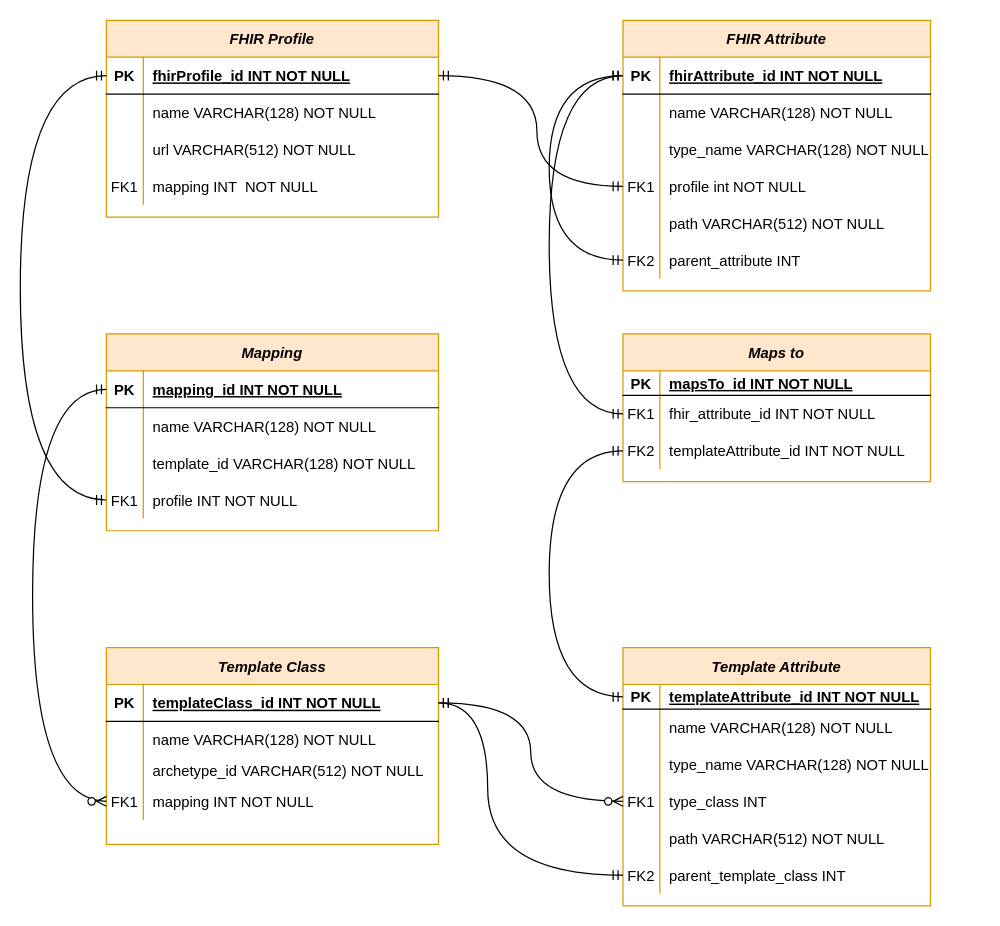
This is ERMasterarbeit.drawio from jsachau/drawio, a draw.io file, before an edit. Source tidied: cells renumbered, new cells numbered last; positions are measured from the earlier drawing's top-left corner, leaving out a move shared by most shapes. Both pictures are drawn from the tidied source at 123%, with x=0, y=0 at pixel (20, 20).
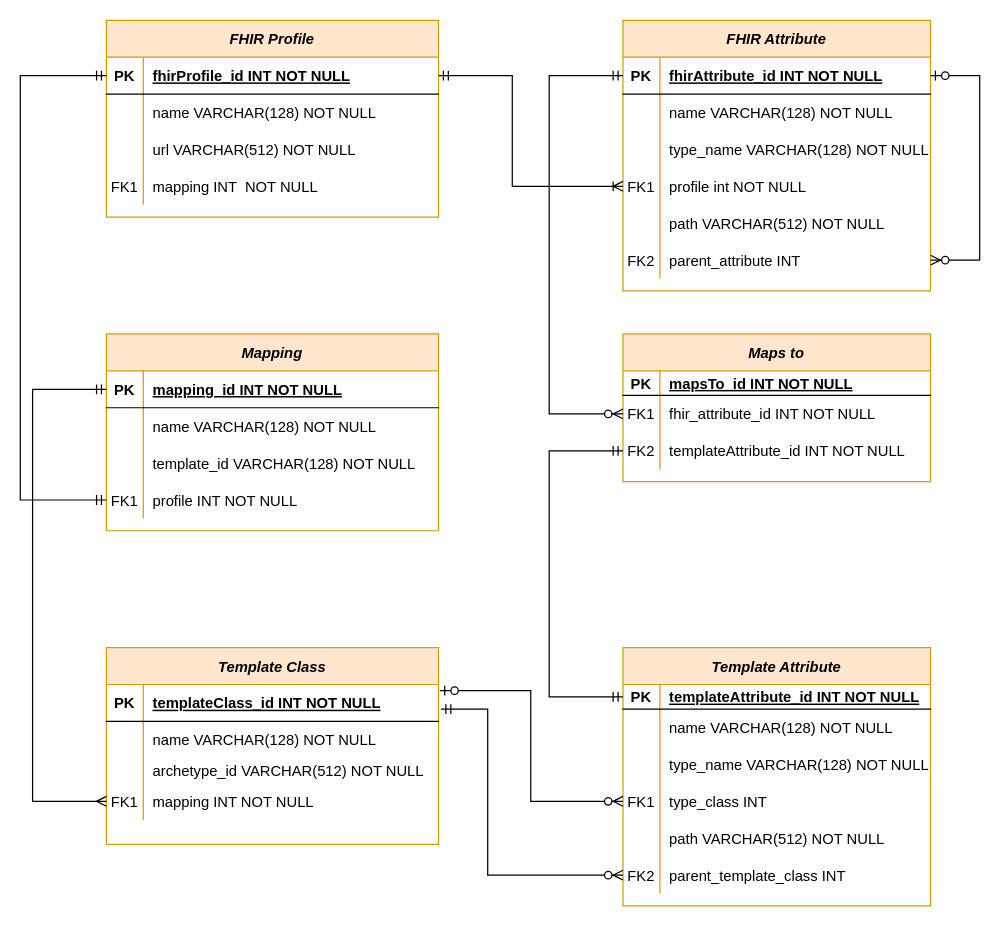
After the change.

The change refers to these unchanged cells:
```xml
<mxCell id="3" style="shape=partialRectangle;fillColor=none;points=[[0,0.5],[1,0.5]];portConstraint=eastwest;top=0;left=0;right=0;bottom=1;" parent="2" vertex="1">
  <mxGeometry y="30" width="270" height="30" as="geometry" />
</mxCell>
<mxCell id="12" style="shape=partialRectangle;fillColor=none;points=[[0,0.5],[1,0.5]];portConstraint=eastwest;top=0;left=0;right=0;bottom=0;" parent="2" vertex="1">
  <mxGeometry y="110" width="270" height="30" as="geometry" />
</mxCell>
<mxCell id="16" style="shape=partialRectangle;fillColor=none;points=[[0,0.5],[1,0.5]];portConstraint=eastwest;top=0;left=0;right=0;bottom=1;" parent="15" vertex="1">
  <mxGeometry y="30" width="250" height="20" as="geometry" />
</mxCell>
<mxCell id="25" style="shape=partialRectangle;fillColor=none;points=[[0,0.5],[1,0.5]];portConstraint=eastwest;top=0;left=0;right=0;bottom=0;" parent="15" vertex="1">
  <mxGeometry y="110" width="250" height="30" as="geometry" />
</mxCell>
<mxCell id="31" style="shape=partialRectangle;fillColor=none;points=[[0,0.5],[1,0.5]];portConstraint=eastwest;top=0;left=0;right=0;bottom=0;" parent="15" vertex="1">
  <mxGeometry y="170" width="250" height="30" as="geometry" />
</mxCell>
<mxCell id="35" style="shape=partialRectangle;fillColor=none;points=[[0,0.5],[1,0.5]];portConstraint=eastwest;top=0;left=0;right=0;bottom=1;" parent="34" vertex="1">
  <mxGeometry y="30" width="270" height="30" as="geometry" />
</mxCell>
<mxCell id="44" style="shape=partialRectangle;fillColor=none;points=[[0,0.5],[1,0.5]];portConstraint=eastwest;top=0;left=0;right=0;bottom=0;" parent="34" vertex="1">
  <mxGeometry y="120" width="270" height="30" as="geometry" />
</mxCell>
<mxCell id="48" style="shape=partialRectangle;fillColor=none;points=[[0,0.5],[1,0.5]];portConstraint=eastwest;top=0;left=0;right=0;bottom=1;" parent="47" vertex="1">
  <mxGeometry y="30" width="270" height="30" as="geometry" />
</mxCell>
<mxCell id="60" value="FHIR Attribute" style="shape=table;startSize=30;childLayout=tableLayout;rowLines=0;fontStyle=3;align=center;fillColor=#ffe6cc;strokeColor=#d79b00;" parent="1" vertex="1">
  <mxGeometry x="490" width="250" height="220" as="geometry" />
</mxCell>
<mxCell id="61" style="shape=partialRectangle;fillColor=none;points=[[0,0.5],[1,0.5]];portConstraint=eastwest;top=0;left=0;right=0;bottom=1;" parent="60" vertex="1">
  <mxGeometry y="30" width="250" height="30" as="geometry" />
</mxCell>
<mxCell id="70" style="shape=partialRectangle;fillColor=none;points=[[0,0.5],[1,0.5]];portConstraint=eastwest;top=0;left=0;right=0;bottom=0;" parent="60" vertex="1">
  <mxGeometry y="120" width="250" height="30" as="geometry" />
</mxCell>
<mxCell id="77" style="shape=partialRectangle;fillColor=none;points=[[0,0.5],[1,0.5]];portConstraint=eastwest;top=0;left=0;right=0;bottom=0;" parent="60" vertex="1">
  <mxGeometry y="180" width="250" height="30" as="geometry" />
</mxCell>
<mxCell id="84" style="shape=partialRectangle;fillColor=none;points=[[0,0.5],[1,0.5]];portConstraint=eastwest;top=0;left=0;right=0;bottom=0;" parent="80" vertex="1">
  <mxGeometry y="50" width="250" height="30" as="geometry" />
</mxCell>
<mxCell id="87" style="shape=partialRectangle;fillColor=none;points=[[0,0.5],[1,0.5]];portConstraint=eastwest;top=0;left=0;right=0;bottom=0;" parent="80" vertex="1">
  <mxGeometry y="80" width="250" height="30" as="geometry" />
</mxCell>
```

Diff of the diagram source:
```diff
@@
-    <mxCell id="76" style="edgeStyle=orthogonalEdgeStyle;curved=1;rounded=0;jumpStyle=none;jettySize=auto;html=1;exitX=0;exitY=0.5;exitDx=0;exitDy=0;entryX=0;entryY=0.5;entryDx=0;entryDy=0;startArrow=ERmandOne;startFill=0;endArrow=ERmandOne;endFill=0;strokeColor=#000000;" parent="60" edge="1" source="77" target="61">
+    <mxCell id="76" style="edgeStyle=orthogonalEdgeStyle;rounded=0;jumpStyle=none;jettySize=auto;html=1;exitX=1;exitY=0.5;exitDx=0;exitDy=0;entryX=1;entryY=0.5;entryDx=0;entryDy=0;startArrow=ERzeroToMany;startFill=1;endArrow=ERzeroToOne;endFill=1;strokeColor=#000000;" parent="60" edge="1" source="77" target="61">
       <mxGeometry relative="1" as="geometry">
         <Array as="points">
-          <mxPoint x="-60" y="195" />
-          <mxPoint x="-60" y="45" />
+          <mxPoint x="290" y="195" />
+          <mxPoint x="290" y="45" />
         </Array>
       </mxGeometry>
     </mxCell>
@@
-    <mxCell id="90" style="edgeStyle=orthogonalEdgeStyle;curved=1;rounded=0;jumpStyle=none;jettySize=auto;html=1;exitX=0;exitY=0.5;exitDx=0;exitDy=0;entryX=1;entryY=0.5;entryDx=0;entryDy=0;startArrow=ERmandOne;startFill=0;endArrow=ERmandOne;endFill=0;strokeColor=#000000;" parent="1" edge="1" source="70" target="48">
+    <mxCell id="90" style="edgeStyle=orthogonalEdgeStyle;rounded=0;jumpStyle=none;jettySize=auto;html=1;exitX=0;exitY=0.5;exitDx=0;exitDy=0;entryX=1;entryY=0.5;entryDx=0;entryDy=0;startArrow=ERoneToMany;startFill=0;endArrow=ERmandOne;endFill=0;strokeColor=#000000;" parent="1" edge="1" source="70" target="48">
       <mxGeometry relative="1" as="geometry">
         <Array as="points">
-          <mxPoint x="420" y="135" />
-          <mxPoint x="420" y="45" />
+          <mxPoint x="400" y="135" />
+          <mxPoint x="400" y="45" />
         </Array>
       </mxGeometry>
     </mxCell>
-    <mxCell id="91" style="edgeStyle=orthogonalEdgeStyle;curved=1;rounded=0;jumpStyle=none;jettySize=auto;html=1;exitX=0;exitY=0.5;exitDx=0;exitDy=0;entryX=0;entryY=0.5;entryDx=0;entryDy=0;startArrow=ERmandOne;startFill=0;endArrow=ERmandOne;endFill=0;strokeColor=#000000;" parent="1" edge="1" source="84" target="61">
+    <mxCell id="91" style="edgeStyle=orthogonalEdgeStyle;rounded=0;jumpStyle=none;jettySize=auto;html=1;exitX=0;exitY=0.5;exitDx=0;exitDy=0;entryX=0;entryY=0.5;entryDx=0;entryDy=0;startArrow=ERzeroToMany;startFill=1;endArrow=ERmandOne;endFill=0;strokeColor=#000000;" parent="1" edge="1" source="84" target="61">
       <mxGeometry relative="1" as="geometry">
         <Array as="points">
           <mxPoint x="430" y="320" />
           <mxPoint x="430" y="45" />
         </Array>
       </mxGeometry>
     </mxCell>
-    <mxCell id="92" style="edgeStyle=orthogonalEdgeStyle;curved=1;rounded=0;jumpStyle=none;jettySize=auto;html=1;exitX=0;exitY=0.5;exitDx=0;exitDy=0;entryX=0;entryY=0.5;entryDx=0;entryDy=0;startArrow=ERmandOne;startFill=0;endArrow=ERmandOne;endFill=0;strokeColor=#000000;" parent="1" edge="1" source="44" target="48">
+    <mxCell id="92" style="edgeStyle=orthogonalEdgeStyle;rounded=0;jumpStyle=none;jettySize=auto;html=1;exitX=0;exitY=0.5;exitDx=0;exitDy=0;entryX=0;entryY=0.5;entryDx=0;entryDy=0;startArrow=ERmandOne;startFill=0;endArrow=ERmandOne;endFill=0;strokeColor=#000000;" parent="1" edge="1" source="44" target="48">
       <mxGeometry relative="1" as="geometry">
         <Array as="points">
           <mxPoint y="390" />
           <mxPoint y="45" />
         </Array>
       </mxGeometry>
     </mxCell>
-    <mxCell id="93" style="edgeStyle=orthogonalEdgeStyle;curved=1;rounded=0;jumpStyle=none;jettySize=auto;html=1;exitX=0;exitY=0.5;exitDx=0;exitDy=0;entryX=0;entryY=0.5;entryDx=0;entryDy=0;startArrow=ERmandOne;startFill=0;endArrow=ERmandOne;endFill=0;strokeColor=#000000;" parent="1" edge="1" source="16" target="87">
+    <mxCell id="93" style="edgeStyle=orthogonalEdgeStyle;rounded=0;jumpStyle=none;jettySize=auto;html=1;exitX=0;exitY=0.5;exitDx=0;exitDy=0;entryX=0;entryY=0.5;entryDx=0;entryDy=0;startArrow=ERmandOne;startFill=0;endArrow=ERmandOne;endFill=0;strokeColor=#000000;" parent="1" edge="1" source="16" target="87">
       <mxGeometry relative="1" as="geometry">
         <Array as="points">
           <mxPoint x="430" y="550" />
           <mxPoint x="430" y="350" />
         </Array>
       </mxGeometry>
     </mxCell>
-    <mxCell id="94" style="edgeStyle=orthogonalEdgeStyle;curved=1;rounded=0;jumpStyle=none;jettySize=auto;html=1;exitX=0;exitY=0.5;exitDx=0;exitDy=0;entryX=1;entryY=0.5;entryDx=0;entryDy=0;startArrow=ERzeroToMany;startFill=1;endArrow=ERmandOne;endFill=0;strokeColor=#000000;" parent="1" edge="1" source="25" target="3">
-      <mxGeometry relative="1" as="geometry" />
+    <mxCell id="94" style="edgeStyle=orthogonalEdgeStyle;rounded=0;jumpStyle=none;jettySize=auto;html=1;exitX=0;exitY=0.5;exitDx=0;exitDy=0;entryX=1.004;entryY=0.167;entryDx=0;entryDy=0;startArrow=ERzeroToMany;startFill=1;endArrow=ERzeroToOne;endFill=1;strokeColor=#000000;entryPerimeter=0;" parent="1" edge="1" source="25" target="3">
+      <mxGeometry relative="1" as="geometry">
+        <Array as="points">
+          <mxPoint x="415" y="635" />
+          <mxPoint x="415" y="545" />
+        </Array>
+      </mxGeometry>
     </mxCell>
-    <mxCell id="95" style="edgeStyle=orthogonalEdgeStyle;curved=1;rounded=0;jumpStyle=none;jettySize=auto;html=1;exitX=0;exitY=0.5;exitDx=0;exitDy=0;entryX=0;entryY=0.5;entryDx=0;entryDy=0;startArrow=ERzeroToMany;startFill=1;endArrow=ERmandOne;endFill=0;strokeColor=#000000;" parent="1" edge="1" source="12" target="35">
+    <mxCell id="95" style="edgeStyle=orthogonalEdgeStyle;rounded=0;jumpStyle=none;jettySize=auto;html=1;exitX=0;exitY=0.5;exitDx=0;exitDy=0;entryX=0;entryY=0.5;entryDx=0;entryDy=0;startArrow=ERmany;startFill=0;endArrow=ERmandOne;endFill=0;strokeColor=#000000;" parent="1" edge="1" source="12" target="35">
       <mxGeometry relative="1" as="geometry">
         <Array as="points">
           <mxPoint x="10" y="635" />
           <mxPoint x="10" y="300" />
         </Array>
       </mxGeometry>
     </mxCell>
-    <mxCell id="96" style="edgeStyle=orthogonalEdgeStyle;curved=1;rounded=0;jumpStyle=none;jettySize=auto;html=1;exitX=0;exitY=0.5;exitDx=0;exitDy=0;entryX=1;entryY=0.5;entryDx=0;entryDy=0;startArrow=ERmandOne;startFill=0;endArrow=ERmandOne;endFill=0;strokeColor=#000000;" parent="1" edge="1" source="31" target="3">
+    <mxCell id="96" style="edgeStyle=orthogonalEdgeStyle;rounded=0;jumpStyle=none;jettySize=auto;html=1;exitX=0;exitY=0.5;exitDx=0;exitDy=0;startArrow=ERzeroToMany;startFill=1;endArrow=ERmandOne;endFill=0;strokeColor=#000000;" parent="1" edge="1" source="31">
       <mxGeometry relative="1" as="geometry">
+        <mxPoint x="342" y="560" as="targetPoint" />
         <Array as="points">
           <mxPoint x="380" y="695" />
-          <mxPoint x="380" y="555" />
+          <mxPoint x="380" y="560" />
+          <mxPoint x="342" y="560" />
         </Array>
       </mxGeometry>
     </mxCell>
```
